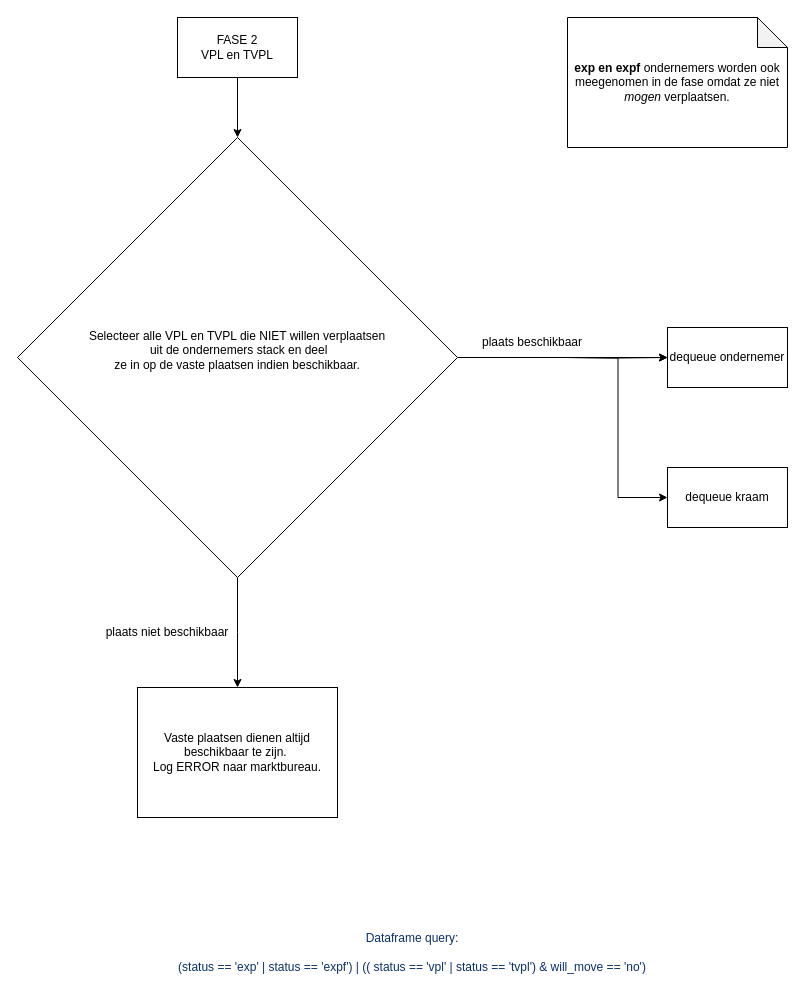
This is diagrams/fase-2.drawio from Amsterdam/makkelijkemarkt-allocation, a draw.io file, before an edit. Source tidied: cells renumbered, new cells numbered last; positions are measured from the earlier drawing's top-left corner, leaving out a move shared by most shapes. Both pictures are drawn from the tidied source at 100%, with x=0, y=0 at pixel (17, 17).
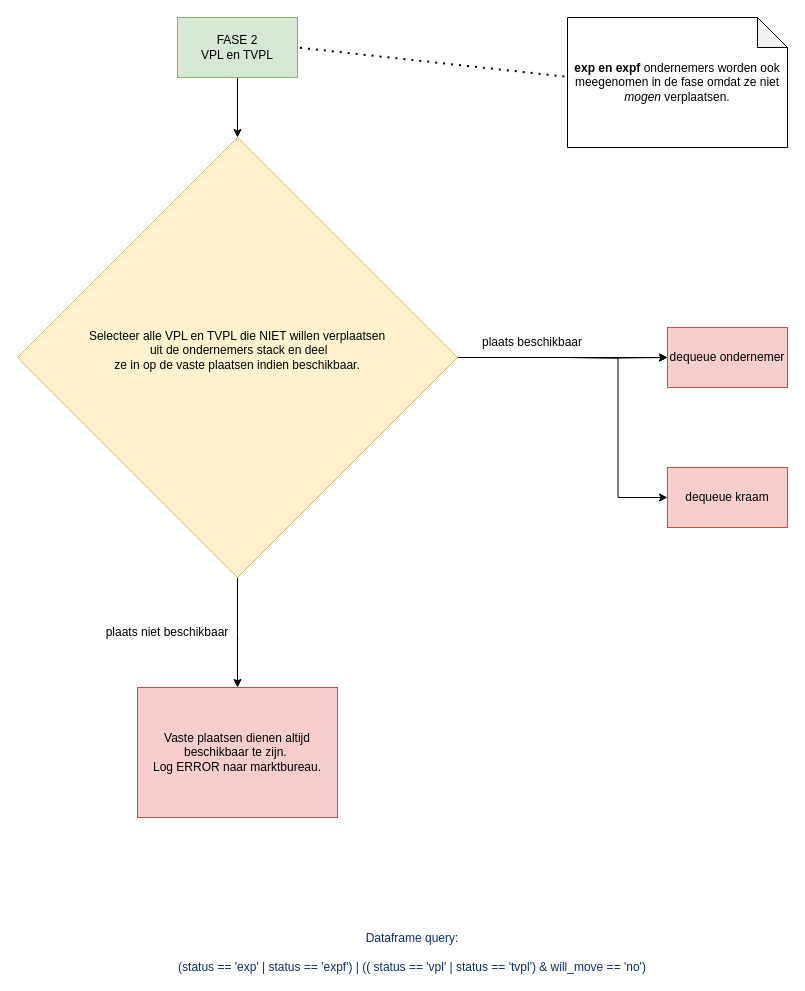
After the change.

Diff of the diagram source:
```diff
@@
 <mxGraphModel>
   <root>
     <mxCell id="0" />
     <mxCell id="1" parent="0" />
     <mxCell id="2" style="edgeStyle=orthogonalEdgeStyle;rounded=0;jettySize=auto;html=1;" parent="1" edge="1" source="3" target="6">
       <mxGeometry relative="1" as="geometry" />
     </mxCell>
-    <mxCell id="3" value="FASE 2&lt;br&gt;VPL en TVPL" style="rounded=0;whiteSpace=wrap;html=1;" parent="1" vertex="1">
+    <mxCell id="3" value="FASE 2&lt;br&gt;VPL en TVPL" style="rounded=0;whiteSpace=wrap;html=1;fillColor=#d5e8d4;strokeColor=#82b366;" parent="1" vertex="1">
       <mxGeometry x="160" width="120" height="60" as="geometry" />
     </mxCell>
     <mxCell id="4" style="edgeStyle=orthogonalEdgeStyle;rounded=0;jettySize=auto;html=1;" parent="1" edge="1" source="6">
       <mxGeometry relative="1" as="geometry">
         <mxPoint x="220" y="670" as="targetPoint" />
       </mxGeometry>
     </mxCell>
     <mxCell id="5" style="edgeStyle=orthogonalEdgeStyle;rounded=0;jettySize=auto;html=1;entryX=0;entryY=0.5;entryDx=0;entryDy=0;" parent="1" edge="1" source="6" target="11">
       <mxGeometry relative="1" as="geometry" />
     </mxCell>
-    <mxCell id="6" value="Selecteer alle VPL en TVPL die NIET willen verplaatsen&lt;br&gt;&amp;nbsp;uit de ondernemers stack en deel&lt;br&gt;ze in op de vaste plaatsen indien beschikbaar.&lt;br&gt;&lt;br&gt;" style="rhombus;whiteSpace=wrap;html=1;" parent="1" vertex="1">
+    <mxCell id="6" value="Selecteer alle VPL en TVPL die NIET willen verplaatsen&lt;br&gt;&amp;nbsp;uit de ondernemers stack en deel&lt;br&gt;ze in op de vaste plaatsen indien beschikbaar.&lt;br&gt;&lt;br&gt;" style="rhombus;whiteSpace=wrap;html=1;fillColor=#fff2cc;strokeColor=#d6b656;" parent="1" vertex="1">
       <mxGeometry y="120" width="440" height="440" as="geometry" />
     </mxCell>
-    <mxCell id="7" value="Vaste plaatsen dienen altijd beschikbaar te zijn.&amp;nbsp;&lt;br&gt;Log ERROR naar marktbureau." style="rounded=0;whiteSpace=wrap;html=1;" parent="1" vertex="1">
+    <mxCell id="7" value="Vaste plaatsen dienen altijd beschikbaar te zijn.&amp;nbsp;&lt;br&gt;Log ERROR naar marktbureau." style="rounded=0;whiteSpace=wrap;html=1;fillColor=#f8cecc;strokeColor=#b85450;" parent="1" vertex="1">
       <mxGeometry x="120" y="670" width="200" height="130" as="geometry" />
     </mxCell>
     <mxCell id="8" style="edgeStyle=orthogonalEdgeStyle;rounded=0;jettySize=auto;html=1;entryX=0;entryY=0.5;entryDx=0;entryDy=0;" parent="1" edge="1" target="10">
       <mxGeometry relative="1" as="geometry">
         <mxPoint x="550" y="340" as="sourcePoint" />
       </mxGeometry>
     </mxCell>
     <mxCell id="9" style="edgeStyle=orthogonalEdgeStyle;rounded=0;jettySize=auto;html=1;" parent="1" edge="1" target="11">
       <mxGeometry relative="1" as="geometry">
         <mxPoint x="550" y="340" as="sourcePoint" />
       </mxGeometry>
     </mxCell>
-    <mxCell id="10" value="dequeue kraam" style="rounded=0;whiteSpace=wrap;html=1;" parent="1" vertex="1">
+    <mxCell id="10" value="dequeue kraam" style="rounded=0;whiteSpace=wrap;html=1;fillColor=#f8cecc;strokeColor=#b85450;" parent="1" vertex="1">
       <mxGeometry x="650" y="450" width="120" height="60" as="geometry" />
     </mxCell>
-    <mxCell id="11" value="dequeue ondernemer" style="rounded=0;whiteSpace=wrap;html=1;" parent="1" vertex="1">
+    <mxCell id="11" value="dequeue ondernemer" style="rounded=0;whiteSpace=wrap;html=1;fillColor=#f8cecc;strokeColor=#b85450;" parent="1" vertex="1">
       <mxGeometry x="650" y="310" width="120" height="60" as="geometry" />
     </mxCell>
     <mxCell id="12" value="&lt;b&gt;exp en expf &lt;/b&gt;ondernemers worden ook meegenomen in de fase omdat ze niet &lt;i&gt;mogen&lt;/i&gt; verplaatsen." style="shape=note;whiteSpace=wrap;html=1;backgroundOutline=1;darkOpacity=0.05;" parent="1" vertex="1">
       <mxGeometry x="550" width="220" height="130" as="geometry" />
     </mxCell>
     <mxCell id="13" value="plaats beschikbaar" style="text;html=1;strokeColor=none;fillColor=none;align=center;verticalAlign=middle;whiteSpace=wrap;rounded=0;" parent="1" vertex="1">
       <mxGeometry x="450" y="310" width="130" height="30" as="geometry" />
     </mxCell>
     <mxCell id="14" value="plaats niet beschikbaar" style="text;html=1;strokeColor=none;fillColor=none;align=center;verticalAlign=middle;whiteSpace=wrap;rounded=0;" parent="1" vertex="1">
       <mxGeometry x="70" y="600" width="160" height="30" as="geometry" />
     </mxCell>
     <mxCell id="15" value="&lt;span style=&quot;color: rgb(10 , 48 , 105) ; font-family: , , &amp;#34;sf mono&amp;#34; , &amp;#34;menlo&amp;#34; , &amp;#34;consolas&amp;#34; , &amp;#34;liberation mono&amp;#34; , monospace ; background-color: rgb(255 , 255 , 255)&quot;&gt;Dataframe query:&lt;br&gt;&lt;br&gt;(status == 'exp' | status == 'expf') | (( status == 'vpl' | status == 'tvpl') &amp;amp; will_move == 'no')&lt;/span&gt;" style="text;html=1;strokeColor=none;fillColor=none;align=center;verticalAlign=middle;whiteSpace=wrap;rounded=0;" parent="1" vertex="1">
       <mxGeometry x="110" y="920" width="570" height="30" as="geometry" />
     </mxCell>
+    <mxCell id="16" style="endArrow=none;dashed=1;html=1;dashPattern=1 3;strokeWidth=2;rounded=0;entryX=1;entryY=0.5;entryDx=0;entryDy=0;exitX=-0.014;exitY=0.454;exitDx=0;exitDy=0;exitPerimeter=0;" parent="1" edge="1" source="12" target="3">
+      <mxGeometry relative="1" as="geometry" />
+    </mxCell>
   </root>
 </mxGraphModel>
```
